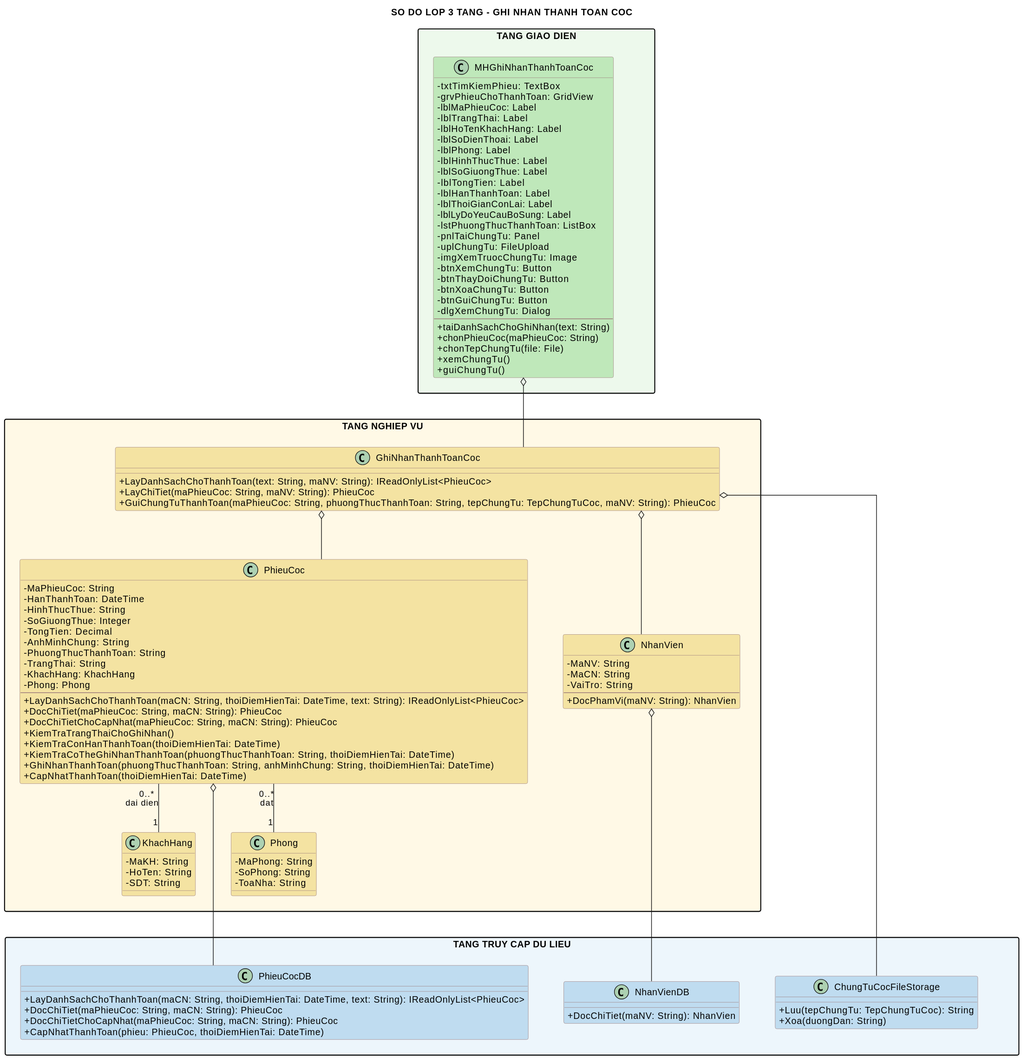
Before: diagram/svg/ghi-nhan-thanh-toan-coc-class.svg, a diagram exported from PlantUML (Ming1309/HomeStay-Dorm).
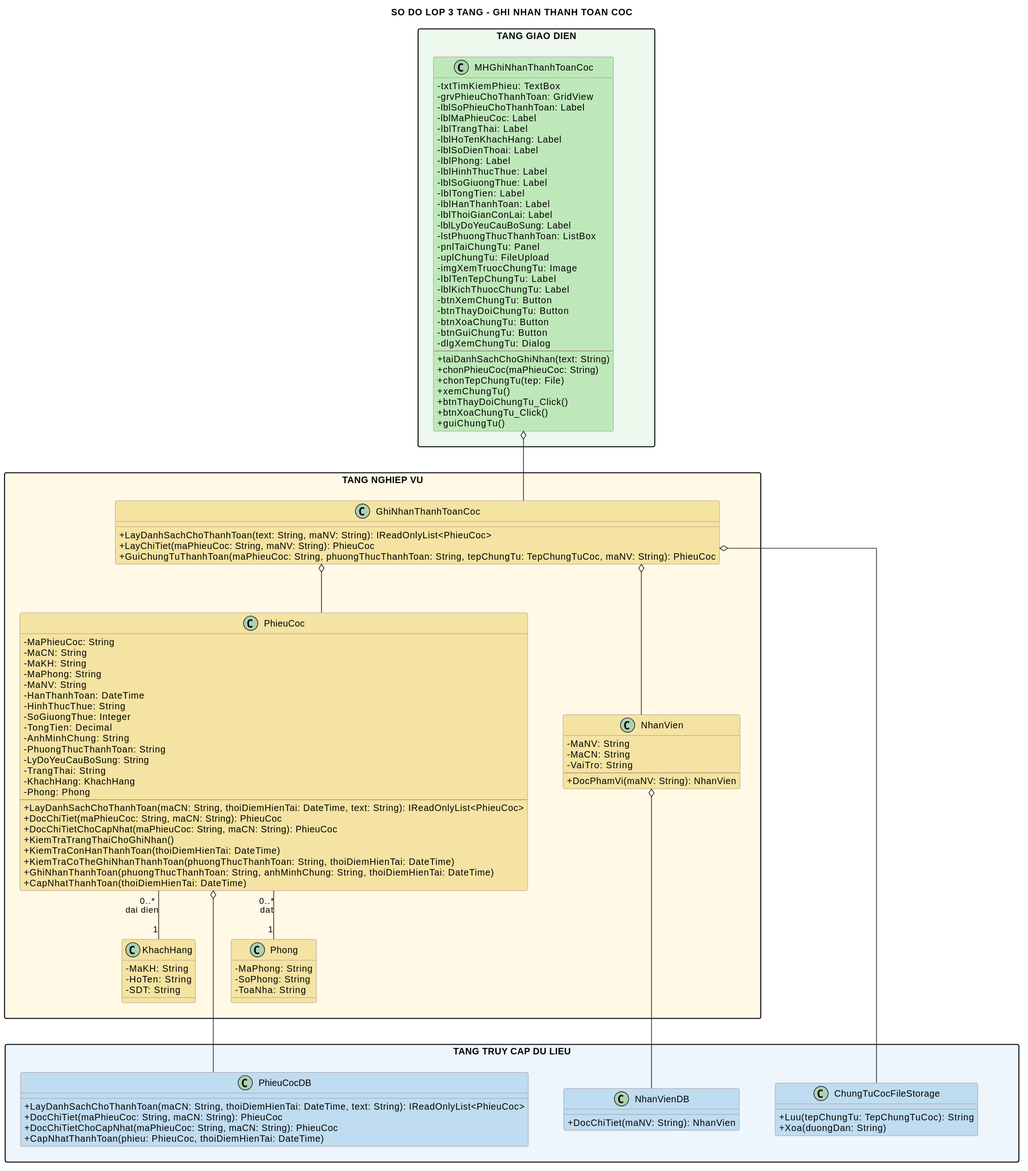
The same diagram one commit later.

Diff of the diagram source:
```diff
@@ -17,6 +17,7 @@
   class MHGhiNhanThanhToanCoc #BFE8BA {
     - txtTimKiemPhieu: TextBox
     - grvPhieuChoThanhToan: GridView
+    - lblSoPhieuChoThanhToan: Label
     - lblMaPhieuCoc: Label
     - lblTrangThai: Label
     - lblHoTenKhachHang: Label
@@ -32,6 +33,8 @@
     - pnlTaiChungTu: Panel
     - uplChungTu: FileUpload
     - imgXemTruocChungTu: Image
+    - lblTenTepChungTu: Label
+    - lblKichThuocChungTu: Label
     - btnXemChungTu: Button
     - btnThayDoiChungTu: Button
     - btnXoaChungTu: Button
@@ -40,8 +43,10 @@
     --
     + taiDanhSachChoGhiNhan(text: String)
     + chonPhieuCoc(maPhieuCoc: String)
-    + chonTepChungTu(file: File)
+    + chonTepChungTu(tep: File)
     + xemChungTu()
+    + btnThayDoiChungTu_Click()
+    + btnXoaChungTu_Click()
     + guiChungTu()
   }
 }
@@ -63,12 +68,17 @@
 
   class PhieuCoc #F4E3A2 {
     - MaPhieuCoc: String
+    - MaCN: String
+    - MaKH: String
+    - MaPhong: String
+    - MaNV: String
     - HanThanhToan: DateTime
     - HinhThucThue: String
     - SoGiuongThue: Integer
     - TongTien: Decimal
     - AnhMinhChung: String
     - PhuongThucThanhToan: String
+    - LyDoYeuCauBoSung: String
     - TrangThai: String
     - KhachHang: KhachHang
     - Phong: Phong
```
